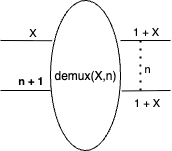
Above: assets/images/gameloop/demux.drawio.png in kevinclancy/blog (draw.io), before the change. Source tidied: cells renumbered, new cells last; positions are measured from the earlier drawing's top-left corner, leaving out a move shared by most shapes. Source of this version:
```xml
<mxGraphModel>
  <root>
    <mxCell id="0" />
    <mxCell id="1" parent="0" />
    <mxCell id="2" value="demux(X,n)" style="ellipse;whiteSpace=wrap;html=1;" parent="1" vertex="1">
      <mxGeometry x="50" width="70" height="150" as="geometry" />
    </mxCell>
    <mxCell id="3" style="endArrow=none;html=1;rounded=0;entryX=0.023;entryY=0.268;entryDx=0;entryDy=0;entryPerimeter=0;" parent="1" edge="1" target="2">
      <mxGeometry relative="1" as="geometry">
        <mxPoint y="40" as="sourcePoint" />
      </mxGeometry>
    </mxCell>
    <mxCell id="4" value="X" style="edgeLabel;html=1;align=center;verticalAlign=bottom;labelPosition=center;verticalLabelPosition=top;" parent="3" vertex="1">
      <mxGeometry x="0.22" y="-2" relative="1" as="geometry">
        <mxPoint y="-2" as="offset" />
      </mxGeometry>
    </mxCell>
    <mxCell id="5" style="endArrow=none;html=1;rounded=0;entryX=0;entryY=0.6;entryDx=0;entryDy=0;entryPerimeter=0;" parent="1" edge="1" target="2">
      <mxGeometry relative="1" as="geometry">
        <mxPoint y="90" as="sourcePoint" />
      </mxGeometry>
    </mxCell>
    <mxCell id="6" value="&lt;b&gt;n + 1&lt;/b&gt;" style="edgeLabel;html=1;align=center;verticalAlign=bottom;labelPosition=center;verticalLabelPosition=top;" parent="5" vertex="1">
      <mxGeometry x="0.18" y="1" relative="1" as="geometry" />
    </mxCell>
    <mxCell id="7" style="endArrow=none;html=1;rounded=0;exitX=1;exitY=0.267;exitDx=0;exitDy=0;exitPerimeter=0;" parent="1" edge="1" source="2">
      <mxGeometry relative="1" as="geometry">
        <mxPoint x="170" y="40" as="targetPoint" />
      </mxGeometry>
    </mxCell>
    <mxCell id="8" value="1 + X" style="edgeLabel;html=1;align=center;verticalAlign=bottom;labelPosition=center;verticalLabelPosition=top;" parent="7" vertex="1">
      <mxGeometry relative="1" as="geometry" />
    </mxCell>
    <mxCell id="9" style="endArrow=none;html=1;rounded=0;exitX=1.02;exitY=0.603;exitDx=0;exitDy=0;exitPerimeter=0;" parent="1" edge="1" source="2">
      <mxGeometry relative="1" as="geometry">
        <mxPoint x="170" y="90" as="targetPoint" />
      </mxGeometry>
    </mxCell>
    <mxCell id="10" value="1 + X" style="edgeLabel;html=1;align=center;verticalAlign=top;labelPosition=center;verticalLabelPosition=bottom;" parent="9" vertex="1">
      <mxGeometry x="-0.01" y="1" relative="1" as="geometry" />
    </mxCell>
    <mxCell id="11" style="endArrow=none;dashed=1;html=1;dashPattern=1 3;strokeWidth=2;rounded=0;" parent="1" edge="1">
      <mxGeometry relative="1" as="geometry">
        <mxPoint x="140" y="40" as="sourcePoint" />
        <mxPoint x="140" y="90" as="targetPoint" />
      </mxGeometry>
    </mxCell>
    <mxCell id="12" value="&amp;nbsp;n" style="edgeLabel;html=1;align=left;verticalAlign=middle;labelPosition=right;verticalLabelPosition=middle;" parent="11" vertex="1">
      <mxGeometry x="0.1" y="-1" relative="1" as="geometry" />
    </mxCell>
  </root>
</mxGraphModel>
```
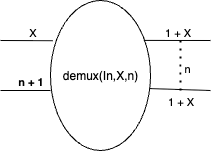
The same file after the commit.

Commit message:
fixed mux and demux definitions so that they are both explicitly parameterized by an In set

The edit, as a diff of the source:
```diff
@@ -2,8 +2,8 @@
   <root>
     <mxCell id="0" />
     <mxCell id="1" parent="0" />
-    <mxCell id="2" value="demux(X,n)" style="ellipse;whiteSpace=wrap;html=1;" parent="1" vertex="1">
-      <mxGeometry x="50" width="70" height="150" as="geometry" />
+    <mxCell id="2" value="demux(In,X,n)" style="ellipse;whiteSpace=wrap;html=1;" parent="1" vertex="1">
+      <mxGeometry x="50" width="100" height="150" as="geometry" />
     </mxCell>
     <mxCell id="3" style="endArrow=none;html=1;rounded=0;entryX=0.023;entryY=0.268;entryDx=0;entryDy=0;entryPerimeter=0;" parent="1" edge="1" target="2">
       <mxGeometry relative="1" as="geometry">
@@ -23,17 +23,17 @@
     <mxCell id="6" value="&lt;b&gt;n + 1&lt;/b&gt;" style="edgeLabel;html=1;align=center;verticalAlign=bottom;labelPosition=center;verticalLabelPosition=top;" parent="5" vertex="1">
       <mxGeometry x="0.18" y="1" relative="1" as="geometry" />
     </mxCell>
-    <mxCell id="7" style="endArrow=none;html=1;rounded=0;exitX=1;exitY=0.267;exitDx=0;exitDy=0;exitPerimeter=0;" parent="1" edge="1" source="2">
+    <mxCell id="7" style="endArrow=none;html=1;rounded=0;exitX=0.933;exitY=0.266;exitDx=0;exitDy=0;exitPerimeter=0;" parent="1" edge="1" source="2">
       <mxGeometry relative="1" as="geometry">
-        <mxPoint x="170" y="40" as="targetPoint" />
+        <mxPoint x="210" y="40" as="targetPoint" />
       </mxGeometry>
     </mxCell>
     <mxCell id="8" value="1 + X" style="edgeLabel;html=1;align=center;verticalAlign=bottom;labelPosition=center;verticalLabelPosition=top;" parent="7" vertex="1">
       <mxGeometry relative="1" as="geometry" />
     </mxCell>
-    <mxCell id="9" style="endArrow=none;html=1;rounded=0;exitX=1.02;exitY=0.603;exitDx=0;exitDy=0;exitPerimeter=0;" parent="1" edge="1" source="2">
+    <mxCell id="9" style="endArrow=none;html=1;rounded=0;exitX=0.99;exitY=0.587;exitDx=0;exitDy=0;exitPerimeter=0;" parent="1" edge="1" source="2">
       <mxGeometry relative="1" as="geometry">
-        <mxPoint x="170" y="90" as="targetPoint" />
+        <mxPoint x="210" y="90" as="targetPoint" />
       </mxGeometry>
     </mxCell>
     <mxCell id="10" value="1 + X" style="edgeLabel;html=1;align=center;verticalAlign=top;labelPosition=center;verticalLabelPosition=bottom;" parent="9" vertex="1">
@@ -41,8 +41,8 @@
     </mxCell>
     <mxCell id="11" style="endArrow=none;dashed=1;html=1;dashPattern=1 3;strokeWidth=2;rounded=0;" parent="1" edge="1">
       <mxGeometry relative="1" as="geometry">
-        <mxPoint x="140" y="40" as="sourcePoint" />
-        <mxPoint x="140" y="90" as="targetPoint" />
+        <mxPoint x="180" y="40" as="sourcePoint" />
+        <mxPoint x="180" y="90" as="targetPoint" />
       </mxGeometry>
     </mxCell>
     <mxCell id="12" value="&amp;nbsp;n" style="edgeLabel;html=1;align=left;verticalAlign=middle;labelPosition=right;verticalLabelPosition=middle;" parent="11" vertex="1">
```
